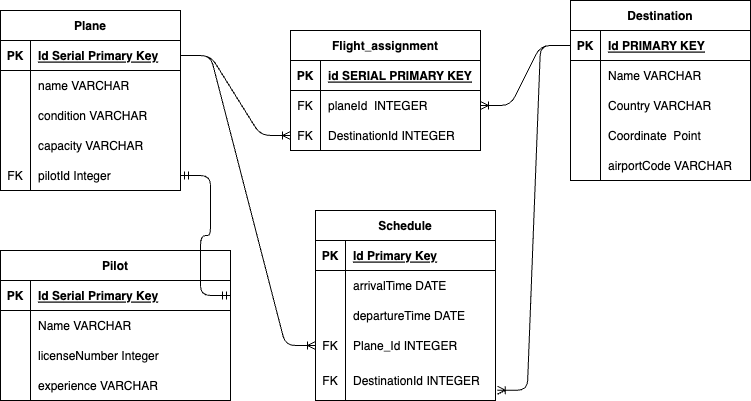
This is ERD/schema_PP.drawio.png from wedaiputu/HCK66_Phase1_pairProject, a draw.io export, as it was before one commit. Source tidied: cells renumbered, new cells last; positions are measured from the earlier drawing's top-left corner, leaving out a move shared by most shapes. Its diagram source:
```xml
<mxGraphModel>
  <root>
    <mxCell id="0" />
    <mxCell id="1" parent="0" />
    <mxCell id="2" value="Plane" style="shape=table;startSize=30;rowLines=0;fontStyle=1;align=center;" parent="1" vertex="1">
      <mxGeometry y="10" width="180" height="180" as="geometry" />
    </mxCell>
    <mxCell id="3" style="shape=tableRow;horizontal=0;startSize=0;swimlaneHead=0;swimlaneBody=0;fillColor=none;points=[[0,0.5],[1,0.5]];portConstraint=eastwest;top=0;left=0;right=0;bottom=1;" parent="2" vertex="1">
      <mxGeometry y="30" width="180" height="30" as="geometry" />
    </mxCell>
    <mxCell id="4" value="PK" style="shape=partialRectangle;fillColor=none;top=0;left=0;bottom=0;right=0;fontStyle=1;overflow=hidden;" parent="3" vertex="1">
      <mxGeometry width="30" height="30" as="geometry" />
    </mxCell>
    <mxCell id="5" value="Id Serial Primary Key" style="shape=partialRectangle;fillColor=none;top=0;left=0;bottom=0;right=0;align=left;spacingLeft=6;fontStyle=5;overflow=hidden;" parent="3" vertex="1">
      <mxGeometry x="30" width="150" height="30" as="geometry" />
    </mxCell>
    <mxCell id="6" style="shape=tableRow;horizontal=0;startSize=0;swimlaneHead=0;swimlaneBody=0;fillColor=none;top=0;left=0;right=0;bottom=0;" parent="2" vertex="1">
      <mxGeometry y="60" width="180" height="30" as="geometry" />
    </mxCell>
    <mxCell id="7" style="shape=partialRectangle;fillColor=none;top=0;left=0;bottom=0;right=0;overflow=hidden;" parent="6" vertex="1">
      <mxGeometry width="30" height="30" as="geometry" />
    </mxCell>
    <mxCell id="8" value="name VARCHAR" style="shape=partialRectangle;fillColor=none;top=0;left=0;bottom=0;right=0;align=left;spacingLeft=6;overflow=hidden;" parent="6" vertex="1">
      <mxGeometry x="30" width="150" height="30" as="geometry" />
    </mxCell>
    <mxCell id="9" style="shape=tableRow;horizontal=0;startSize=0;swimlaneHead=0;swimlaneBody=0;fillColor=none;top=0;left=0;right=0;bottom=0;" parent="2" vertex="1">
      <mxGeometry y="90" width="180" height="30" as="geometry" />
    </mxCell>
    <mxCell id="10" style="shape=partialRectangle;fillColor=none;top=0;left=0;bottom=0;right=0;overflow=hidden;" parent="9" vertex="1">
      <mxGeometry width="30" height="30" as="geometry" />
    </mxCell>
    <mxCell id="11" value="condition VARCHAR" style="shape=partialRectangle;fillColor=none;top=0;left=0;bottom=0;right=0;align=left;spacingLeft=6;overflow=hidden;" parent="9" vertex="1">
      <mxGeometry x="30" width="150" height="30" as="geometry" />
    </mxCell>
    <mxCell id="12" style="shape=tableRow;horizontal=0;startSize=0;swimlaneHead=0;swimlaneBody=0;fillColor=none;top=0;left=0;right=0;bottom=0;" parent="2" vertex="1">
      <mxGeometry y="120" width="180" height="30" as="geometry" />
    </mxCell>
    <mxCell id="13" style="shape=partialRectangle;fillColor=none;top=0;left=0;bottom=0;right=0;overflow=hidden;" parent="12" vertex="1">
      <mxGeometry width="30" height="30" as="geometry" />
    </mxCell>
    <mxCell id="14" value="capacity VARCHAR" style="shape=partialRectangle;fillColor=none;top=0;left=0;bottom=0;right=0;align=left;spacingLeft=6;overflow=hidden;" parent="12" vertex="1">
      <mxGeometry x="30" width="150" height="30" as="geometry" />
    </mxCell>
    <mxCell id="15" style="shape=tableRow;horizontal=0;startSize=0;swimlaneHead=0;swimlaneBody=0;fillColor=none;points=[[0,0.5],[1,0.5]];portConstraint=eastwest;top=0;left=0;right=0;bottom=0;" parent="2" vertex="1">
      <mxGeometry y="150" width="180" height="30" as="geometry" />
    </mxCell>
    <mxCell id="16" value="FK" style="shape=partialRectangle;fillColor=none;top=0;left=0;bottom=0;right=0;overflow=hidden;" parent="15" vertex="1">
      <mxGeometry width="30" height="30" as="geometry" />
    </mxCell>
    <mxCell id="17" value="pilotId Integer" style="shape=partialRectangle;fillColor=none;top=0;left=0;bottom=0;right=0;align=left;spacingLeft=6;overflow=hidden;" parent="15" vertex="1">
      <mxGeometry x="30" width="150" height="30" as="geometry" />
    </mxCell>
    <mxCell id="18" value="Destination" style="shape=table;startSize=30;rowLines=0;fontStyle=1;align=center;" parent="1" vertex="1">
      <mxGeometry x="570" width="180" height="180" as="geometry" />
    </mxCell>
    <mxCell id="19" style="shape=tableRow;horizontal=0;startSize=0;swimlaneHead=0;swimlaneBody=0;fillColor=none;points=[[0,0.5],[1,0.5]];portConstraint=eastwest;top=0;left=0;right=0;bottom=1;" parent="18" vertex="1">
      <mxGeometry y="30" width="180" height="30" as="geometry" />
    </mxCell>
    <mxCell id="20" value="PK" style="shape=partialRectangle;fillColor=none;top=0;left=0;bottom=0;right=0;fontStyle=1;overflow=hidden;" parent="19" vertex="1">
      <mxGeometry width="30" height="30" as="geometry" />
    </mxCell>
    <mxCell id="21" value="Id PRIMARY KEY" style="shape=partialRectangle;fillColor=none;top=0;left=0;bottom=0;right=0;align=left;spacingLeft=6;fontStyle=5;overflow=hidden;" parent="19" vertex="1">
      <mxGeometry x="30" width="150" height="30" as="geometry" />
    </mxCell>
    <mxCell id="22" style="shape=tableRow;horizontal=0;startSize=0;swimlaneHead=0;swimlaneBody=0;fillColor=none;top=0;left=0;right=0;bottom=0;" parent="18" vertex="1">
      <mxGeometry y="60" width="180" height="30" as="geometry" />
    </mxCell>
    <mxCell id="23" style="shape=partialRectangle;fillColor=none;top=0;left=0;bottom=0;right=0;overflow=hidden;" parent="22" vertex="1">
      <mxGeometry width="30" height="30" as="geometry" />
    </mxCell>
    <mxCell id="24" value="Name VARCHAR" style="shape=partialRectangle;fillColor=none;top=0;left=0;bottom=0;right=0;align=left;spacingLeft=6;overflow=hidden;" parent="22" vertex="1">
      <mxGeometry x="30" width="150" height="30" as="geometry" />
    </mxCell>
    <mxCell id="25" style="shape=tableRow;horizontal=0;startSize=0;swimlaneHead=0;swimlaneBody=0;fillColor=none;top=0;left=0;right=0;bottom=0;" parent="18" vertex="1">
      <mxGeometry y="90" width="180" height="30" as="geometry" />
    </mxCell>
    <mxCell id="26" style="shape=partialRectangle;fillColor=none;top=0;left=0;bottom=0;right=0;overflow=hidden;" parent="25" vertex="1">
      <mxGeometry width="30" height="30" as="geometry" />
    </mxCell>
    <mxCell id="27" value="Country VARCHAR" style="shape=partialRectangle;fillColor=none;top=0;left=0;bottom=0;right=0;align=left;spacingLeft=6;overflow=hidden;" parent="25" vertex="1">
      <mxGeometry x="30" width="150" height="30" as="geometry" />
    </mxCell>
    <mxCell id="28" style="shape=tableRow;horizontal=0;startSize=0;swimlaneHead=0;swimlaneBody=0;fillColor=none;top=0;left=0;right=0;bottom=0;" parent="18" vertex="1">
      <mxGeometry y="120" width="180" height="30" as="geometry" />
    </mxCell>
    <mxCell id="29" style="shape=partialRectangle;fillColor=none;top=0;left=0;bottom=0;right=0;overflow=hidden;" parent="28" vertex="1">
      <mxGeometry width="30" height="30" as="geometry" />
    </mxCell>
    <mxCell id="30" value="Coordinate  Point" style="shape=partialRectangle;fillColor=none;top=0;left=0;bottom=0;right=0;align=left;spacingLeft=6;overflow=hidden;" parent="28" vertex="1">
      <mxGeometry x="30" width="150" height="30" as="geometry" />
    </mxCell>
    <mxCell id="31" style="shape=tableRow;horizontal=0;startSize=0;swimlaneHead=0;swimlaneBody=0;fillColor=none;top=0;left=0;right=0;bottom=0;" parent="18" vertex="1">
      <mxGeometry y="150" width="180" height="30" as="geometry" />
    </mxCell>
    <mxCell id="32" style="shape=partialRectangle;fillColor=none;top=0;left=0;bottom=0;right=0;overflow=hidden;" parent="31" vertex="1">
      <mxGeometry width="30" height="30" as="geometry" />
    </mxCell>
    <mxCell id="33" value="airportCode VARCHAR" style="shape=partialRectangle;fillColor=none;top=0;left=0;bottom=0;right=0;align=left;spacingLeft=6;overflow=hidden;" parent="31" vertex="1">
      <mxGeometry x="30" width="150" height="30" as="geometry" />
    </mxCell>
    <mxCell id="34" value="Flight_assignment" style="shape=table;startSize=30;rowLines=0;fontStyle=1;align=center;" parent="1" vertex="1">
      <mxGeometry x="290" y="30" width="190" height="120" as="geometry" />
    </mxCell>
    <mxCell id="35" style="shape=tableRow;horizontal=0;startSize=0;swimlaneHead=0;swimlaneBody=0;fillColor=none;top=0;left=0;right=0;bottom=1;" parent="34" vertex="1">
      <mxGeometry y="30" width="190" height="30" as="geometry" />
    </mxCell>
    <mxCell id="36" value="PK" style="shape=partialRectangle;fillColor=none;top=0;left=0;bottom=0;right=0;fontStyle=1;overflow=hidden;" parent="35" vertex="1">
      <mxGeometry width="30" height="30" as="geometry" />
    </mxCell>
    <mxCell id="37" value="id SERIAL PRIMARY KEY" style="shape=partialRectangle;fillColor=none;top=0;left=0;bottom=0;right=0;align=left;spacingLeft=6;fontStyle=5;overflow=hidden;" parent="35" vertex="1">
      <mxGeometry x="30" width="160" height="30" as="geometry" />
    </mxCell>
    <mxCell id="38" style="shape=tableRow;horizontal=0;startSize=0;swimlaneHead=0;swimlaneBody=0;fillColor=none;points=[[0,0.5],[1,0.5]];portConstraint=eastwest;top=0;left=0;right=0;bottom=0;" parent="34" vertex="1">
      <mxGeometry y="60" width="190" height="30" as="geometry" />
    </mxCell>
    <mxCell id="39" value="FK" style="shape=partialRectangle;fillColor=none;top=0;left=0;bottom=0;right=0;overflow=hidden;" parent="38" vertex="1">
      <mxGeometry width="30" height="30" as="geometry" />
    </mxCell>
    <mxCell id="40" value="planeId  INTEGER" style="shape=partialRectangle;fillColor=none;top=0;left=0;bottom=0;right=0;align=left;spacingLeft=6;overflow=hidden;" parent="38" vertex="1">
      <mxGeometry x="30" width="160" height="30" as="geometry" />
    </mxCell>
    <mxCell id="41" style="shape=tableRow;horizontal=0;startSize=0;swimlaneHead=0;swimlaneBody=0;fillColor=none;points=[[0,0.5],[1,0.5]];portConstraint=eastwest;top=0;left=0;right=0;bottom=0;" parent="34" vertex="1">
      <mxGeometry y="90" width="190" height="30" as="geometry" />
    </mxCell>
    <mxCell id="42" value="FK" style="shape=partialRectangle;fillColor=none;top=0;left=0;bottom=0;right=0;overflow=hidden;" parent="41" vertex="1">
      <mxGeometry width="30" height="30" as="geometry" />
    </mxCell>
    <mxCell id="43" value="DestinationId INTEGER" style="shape=partialRectangle;fillColor=none;top=0;left=0;bottom=0;right=0;align=left;spacingLeft=6;overflow=hidden;" parent="41" vertex="1">
      <mxGeometry x="30" width="160" height="30" as="geometry" />
    </mxCell>
    <mxCell id="44" style="edgeStyle=entityRelationEdgeStyle;fontSize=12;html=1;endArrow=ERoneToMany;exitX=1;exitY=0.5;exitDx=0;exitDy=0;entryX=0;entryY=0.5;entryDx=0;entryDy=0;" parent="1" edge="1" source="3" target="41">
      <mxGeometry relative="1" as="geometry" />
    </mxCell>
    <mxCell id="45" style="edgeStyle=entityRelationEdgeStyle;fontSize=12;html=1;endArrow=ERoneToMany;exitX=0;exitY=0.5;exitDx=0;exitDy=0;entryX=1;entryY=0.5;entryDx=0;entryDy=0;" parent="1" edge="1" source="19" target="38">
      <mxGeometry relative="1" as="geometry" />
    </mxCell>
    <mxCell id="46" value="Pilot" style="shape=table;startSize=30;rowLines=0;fontStyle=1;align=center;" parent="1" vertex="1">
      <mxGeometry y="250" width="230" height="150" as="geometry" />
    </mxCell>
    <mxCell id="47" style="shape=tableRow;horizontal=0;startSize=0;swimlaneHead=0;swimlaneBody=0;fillColor=none;points=[[0,0.5],[1,0.5]];portConstraint=eastwest;top=0;left=0;right=0;bottom=1;" parent="46" vertex="1">
      <mxGeometry y="30" width="230" height="30" as="geometry" />
    </mxCell>
    <mxCell id="48" value="PK" style="shape=partialRectangle;fillColor=none;top=0;left=0;bottom=0;right=0;fontStyle=1;overflow=hidden;" parent="47" vertex="1">
      <mxGeometry width="30" height="30" as="geometry" />
    </mxCell>
    <mxCell id="49" value="Id Serial Primary Key" style="shape=partialRectangle;fillColor=none;top=0;left=0;bottom=0;right=0;align=left;spacingLeft=6;fontStyle=5;overflow=hidden;" parent="47" vertex="1">
      <mxGeometry x="30" width="200" height="30" as="geometry" />
    </mxCell>
    <mxCell id="50" style="shape=tableRow;horizontal=0;startSize=0;swimlaneHead=0;swimlaneBody=0;fillColor=none;top=0;left=0;right=0;bottom=0;" parent="46" vertex="1">
      <mxGeometry y="60" width="230" height="30" as="geometry" />
    </mxCell>
    <mxCell id="51" style="shape=partialRectangle;fillColor=none;top=0;left=0;bottom=0;right=0;overflow=hidden;" parent="50" vertex="1">
      <mxGeometry width="30" height="30" as="geometry" />
    </mxCell>
    <mxCell id="52" value="Name VARCHAR" style="shape=partialRectangle;fillColor=none;top=0;left=0;bottom=0;right=0;align=left;spacingLeft=6;overflow=hidden;" parent="50" vertex="1">
      <mxGeometry x="30" width="200" height="30" as="geometry" />
    </mxCell>
    <mxCell id="53" style="shape=tableRow;horizontal=0;startSize=0;swimlaneHead=0;swimlaneBody=0;fillColor=none;top=0;left=0;right=0;bottom=0;" parent="46" vertex="1">
      <mxGeometry y="90" width="230" height="30" as="geometry" />
    </mxCell>
    <mxCell id="54" style="shape=partialRectangle;fillColor=none;top=0;left=0;bottom=0;right=0;overflow=hidden;" parent="53" vertex="1">
      <mxGeometry width="30" height="30" as="geometry" />
    </mxCell>
    <mxCell id="55" value="licenseNumber Integer" style="shape=partialRectangle;fillColor=none;top=0;left=0;bottom=0;right=0;align=left;spacingLeft=6;overflow=hidden;" parent="53" vertex="1">
      <mxGeometry x="30" width="200" height="30" as="geometry" />
    </mxCell>
    <mxCell id="56" style="shape=tableRow;horizontal=0;startSize=0;swimlaneHead=0;swimlaneBody=0;fillColor=none;top=0;left=0;right=0;bottom=0;" parent="46" vertex="1">
      <mxGeometry y="120" width="230" height="30" as="geometry" />
    </mxCell>
    <mxCell id="57" style="shape=partialRectangle;fillColor=none;top=0;left=0;bottom=0;right=0;overflow=hidden;" parent="56" vertex="1">
      <mxGeometry width="30" height="30" as="geometry" />
    </mxCell>
    <mxCell id="58" value="experience VARCHAR" style="shape=partialRectangle;fillColor=none;top=0;left=0;bottom=0;right=0;align=left;spacingLeft=6;overflow=hidden;" parent="56" vertex="1">
      <mxGeometry x="30" width="200" height="30" as="geometry" />
    </mxCell>
    <mxCell id="59" style="edgeStyle=entityRelationEdgeStyle;fontSize=12;html=1;endArrow=ERmandOne;startArrow=ERmandOne;exitX=1;exitY=0.5;exitDx=0;exitDy=0;entryX=1;entryY=0.5;entryDx=0;entryDy=0;" parent="1" edge="1" source="47" target="15">
      <mxGeometry relative="1" as="geometry" />
    </mxCell>
    <mxCell id="60" value="Schedule" style="shape=table;startSize=30;rowLines=0;fontStyle=1;align=center;" parent="1" vertex="1">
      <mxGeometry x="315" y="210" width="180" height="190" as="geometry" />
    </mxCell>
    <mxCell id="61" style="shape=tableRow;horizontal=0;startSize=0;swimlaneHead=0;swimlaneBody=0;fillColor=none;top=0;left=0;right=0;bottom=1;" parent="60" vertex="1">
      <mxGeometry y="30" width="180" height="30" as="geometry" />
    </mxCell>
    <mxCell id="62" value="PK" style="shape=partialRectangle;fillColor=none;top=0;left=0;bottom=0;right=0;fontStyle=1;overflow=hidden;" parent="61" vertex="1">
      <mxGeometry width="30" height="30" as="geometry" />
    </mxCell>
    <mxCell id="63" value="Id Primary Key" style="shape=partialRectangle;fillColor=none;top=0;left=0;bottom=0;right=0;align=left;spacingLeft=6;fontStyle=5;overflow=hidden;" parent="61" vertex="1">
      <mxGeometry x="30" width="150" height="30" as="geometry" />
    </mxCell>
    <mxCell id="64" style="shape=tableRow;horizontal=0;startSize=0;swimlaneHead=0;swimlaneBody=0;fillColor=none;top=0;left=0;right=0;bottom=0;" parent="60" vertex="1">
      <mxGeometry y="60" width="180" height="30" as="geometry" />
    </mxCell>
    <mxCell id="65" style="shape=partialRectangle;fillColor=none;top=0;left=0;bottom=0;right=0;overflow=hidden;" parent="64" vertex="1">
      <mxGeometry width="30" height="30" as="geometry" />
    </mxCell>
    <mxCell id="66" value="arrivalTime DATE" style="shape=partialRectangle;fillColor=none;top=0;left=0;bottom=0;right=0;align=left;spacingLeft=6;overflow=hidden;" parent="64" vertex="1">
      <mxGeometry x="30" width="150" height="30" as="geometry" />
    </mxCell>
    <mxCell id="67" style="shape=tableRow;horizontal=0;startSize=0;swimlaneHead=0;swimlaneBody=0;fillColor=none;top=0;left=0;right=0;bottom=0;" parent="60" vertex="1">
      <mxGeometry y="90" width="180" height="30" as="geometry" />
    </mxCell>
    <mxCell id="68" style="shape=partialRectangle;fillColor=none;top=0;left=0;bottom=0;right=0;overflow=hidden;" parent="67" vertex="1">
      <mxGeometry width="30" height="30" as="geometry" />
    </mxCell>
    <mxCell id="69" value="departureTime DATE" style="shape=partialRectangle;fillColor=none;top=0;left=0;bottom=0;right=0;align=left;spacingLeft=6;overflow=hidden;" parent="67" vertex="1">
      <mxGeometry x="30" width="150" height="30" as="geometry" />
    </mxCell>
    <mxCell id="70" style="shape=tableRow;horizontal=0;startSize=0;swimlaneHead=0;swimlaneBody=0;fillColor=none;points=[[0,0.5],[1,0.5]];portConstraint=eastwest;top=0;left=0;right=0;bottom=0;" parent="60" vertex="1">
      <mxGeometry y="120" width="180" height="30" as="geometry" />
    </mxCell>
    <mxCell id="71" value="FK" style="shape=partialRectangle;fillColor=none;top=0;left=0;bottom=0;right=0;overflow=hidden;" parent="70" vertex="1">
      <mxGeometry width="30" height="30" as="geometry" />
    </mxCell>
    <mxCell id="72" value="Plane_Id INTEGER" style="shape=partialRectangle;fillColor=none;top=0;left=0;bottom=0;right=0;align=left;spacingLeft=6;overflow=hidden;" parent="70" vertex="1">
      <mxGeometry x="30" width="150" height="30" as="geometry" />
    </mxCell>
    <mxCell id="73" style="shape=tableRow;horizontal=0;startSize=0;swimlaneHead=0;swimlaneBody=0;fillColor=none;points=[[0,0.5],[1,0.5]];portConstraint=eastwest;top=0;left=0;right=0;bottom=0;" parent="60" vertex="1">
      <mxGeometry y="150" width="180" height="40" as="geometry" />
    </mxCell>
    <mxCell id="74" value="FK" style="shape=partialRectangle;fillColor=none;top=0;left=0;bottom=0;right=0;overflow=hidden;" parent="73" vertex="1">
      <mxGeometry width="30" height="40" as="geometry" />
    </mxCell>
    <mxCell id="75" value="DestinationId INTEGER" style="shape=partialRectangle;fillColor=none;top=0;left=0;bottom=0;right=0;align=left;spacingLeft=6;overflow=hidden;" parent="73" vertex="1">
      <mxGeometry x="30" width="150" height="40" as="geometry" />
    </mxCell>
    <mxCell id="76" style="edgeStyle=entityRelationEdgeStyle;fontSize=12;html=1;endArrow=ERoneToMany;exitX=1;exitY=0.5;exitDx=0;exitDy=0;entryX=0;entryY=0.5;entryDx=0;entryDy=0;" parent="1" edge="1" source="3" target="70">
      <mxGeometry relative="1" as="geometry" />
    </mxCell>
    <mxCell id="77" style="edgeStyle=entityRelationEdgeStyle;fontSize=12;html=1;endArrow=ERoneToMany;entryX=1.01;entryY=0.744;entryDx=0;entryDy=0;entryPerimeter=0;" parent="1" edge="1" source="19" target="73">
      <mxGeometry relative="1" as="geometry" />
    </mxCell>
  </root>
</mxGraphModel>
```
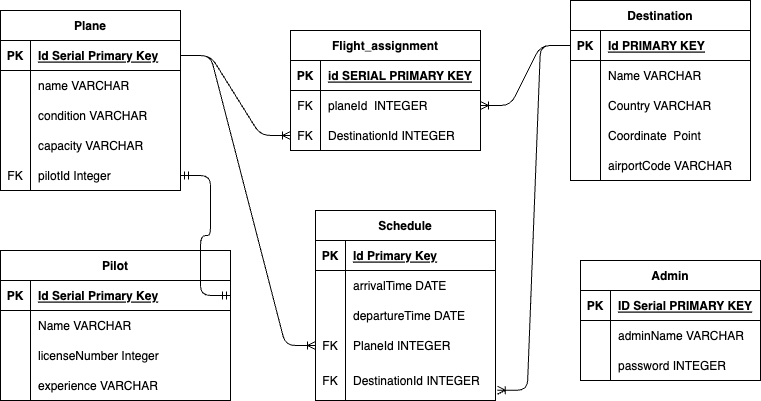
Above is the later version.

The edit, as a diff of the source:
```diff
@@ -212,7 +212,7 @@
     <mxCell id="71" value="FK" style="shape=partialRectangle;fillColor=none;top=0;left=0;bottom=0;right=0;overflow=hidden;" parent="70" vertex="1">
       <mxGeometry width="30" height="30" as="geometry" />
     </mxCell>
-    <mxCell id="72" value="Plane_Id INTEGER" style="shape=partialRectangle;fillColor=none;top=0;left=0;bottom=0;right=0;align=left;spacingLeft=6;overflow=hidden;" parent="70" vertex="1">
+    <mxCell id="72" value="PlaneId INTEGER" style="shape=partialRectangle;fillColor=none;top=0;left=0;bottom=0;right=0;align=left;spacingLeft=6;overflow=hidden;" parent="70" vertex="1">
       <mxGeometry x="30" width="150" height="30" as="geometry" />
     </mxCell>
     <mxCell id="73" style="shape=tableRow;horizontal=0;startSize=0;swimlaneHead=0;swimlaneBody=0;fillColor=none;points=[[0,0.5],[1,0.5]];portConstraint=eastwest;top=0;left=0;right=0;bottom=0;" parent="60" vertex="1">
@@ -230,5 +230,35 @@
     <mxCell id="77" style="edgeStyle=entityRelationEdgeStyle;fontSize=12;html=1;endArrow=ERoneToMany;entryX=1.01;entryY=0.744;entryDx=0;entryDy=0;entryPerimeter=0;" parent="1" edge="1" source="19" target="73">
       <mxGeometry relative="1" as="geometry" />
     </mxCell>
+    <mxCell id="78" value="Admin" style="shape=table;startSize=30;rowLines=0;fontStyle=1;align=center;" parent="1" vertex="1">
+      <mxGeometry x="580" y="260" width="180" height="120" as="geometry" />
+    </mxCell>
+    <mxCell id="79" style="shape=tableRow;horizontal=0;startSize=0;swimlaneHead=0;swimlaneBody=0;fillColor=none;top=0;left=0;right=0;bottom=1;" parent="78" vertex="1">
+      <mxGeometry y="30" width="180" height="30" as="geometry" />
+    </mxCell>
+    <mxCell id="80" value="PK" style="shape=partialRectangle;fillColor=none;top=0;left=0;bottom=0;right=0;fontStyle=1;overflow=hidden;" parent="79" vertex="1">
+      <mxGeometry width="30" height="30" as="geometry" />
+    </mxCell>
+    <mxCell id="81" value="ID Serial PRIMARY KEY" style="shape=partialRectangle;fillColor=none;top=0;left=0;bottom=0;right=0;align=left;spacingLeft=6;fontStyle=5;overflow=hidden;" parent="79" vertex="1">
+      <mxGeometry x="30" width="150" height="30" as="geometry" />
+    </mxCell>
+    <mxCell id="82" style="shape=tableRow;horizontal=0;startSize=0;swimlaneHead=0;swimlaneBody=0;fillColor=none;top=0;left=0;right=0;bottom=0;" parent="78" vertex="1">
+      <mxGeometry y="60" width="180" height="30" as="geometry" />
+    </mxCell>
+    <mxCell id="83" style="shape=partialRectangle;fillColor=none;top=0;left=0;bottom=0;right=0;overflow=hidden;" parent="82" vertex="1">
+      <mxGeometry width="30" height="30" as="geometry" />
+    </mxCell>
+    <mxCell id="84" value="adminName VARCHAR" style="shape=partialRectangle;fillColor=none;top=0;left=0;bottom=0;right=0;align=left;spacingLeft=6;overflow=hidden;" parent="82" vertex="1">
+      <mxGeometry x="30" width="150" height="30" as="geometry" />
+    </mxCell>
+    <mxCell id="85" style="shape=tableRow;horizontal=0;startSize=0;swimlaneHead=0;swimlaneBody=0;fillColor=none;top=0;left=0;right=0;bottom=0;" parent="78" vertex="1">
+      <mxGeometry y="90" width="180" height="30" as="geometry" />
+    </mxCell>
+    <mxCell id="86" style="shape=partialRectangle;fillColor=none;top=0;left=0;bottom=0;right=0;overflow=hidden;" parent="85" vertex="1">
+      <mxGeometry width="30" height="30" as="geometry" />
+    </mxCell>
+    <mxCell id="87" value="password INTEGER" style="shape=partialRectangle;fillColor=none;top=0;left=0;bottom=0;right=0;align=left;spacingLeft=6;overflow=hidden;" parent="85" vertex="1">
+      <mxGeometry x="30" width="150" height="30" as="geometry" />
+    </mxCell>
   </root>
 </mxGraphModel>
```
